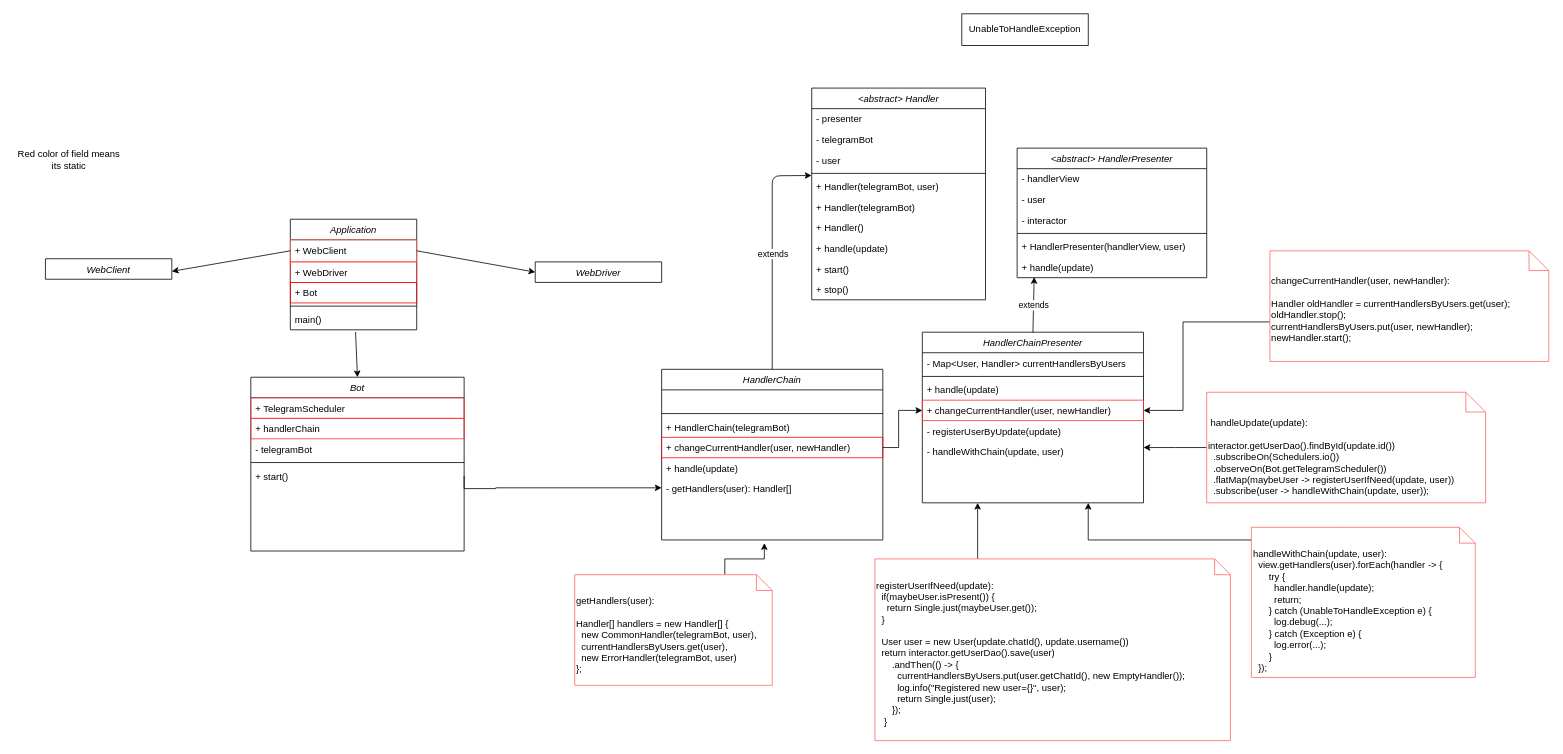
The draw.io diagram HWBot.drawio in granlovestea/HWBot, before the edit. Source tidied: cells renumbered, new cells numbered last; positions are measured from the earlier drawing's top-left corner, leaving out a move shared by most shapes. Both pictures are drawn from the tidied source at 79%, with x=0, y=0 at pixel (13, 13).
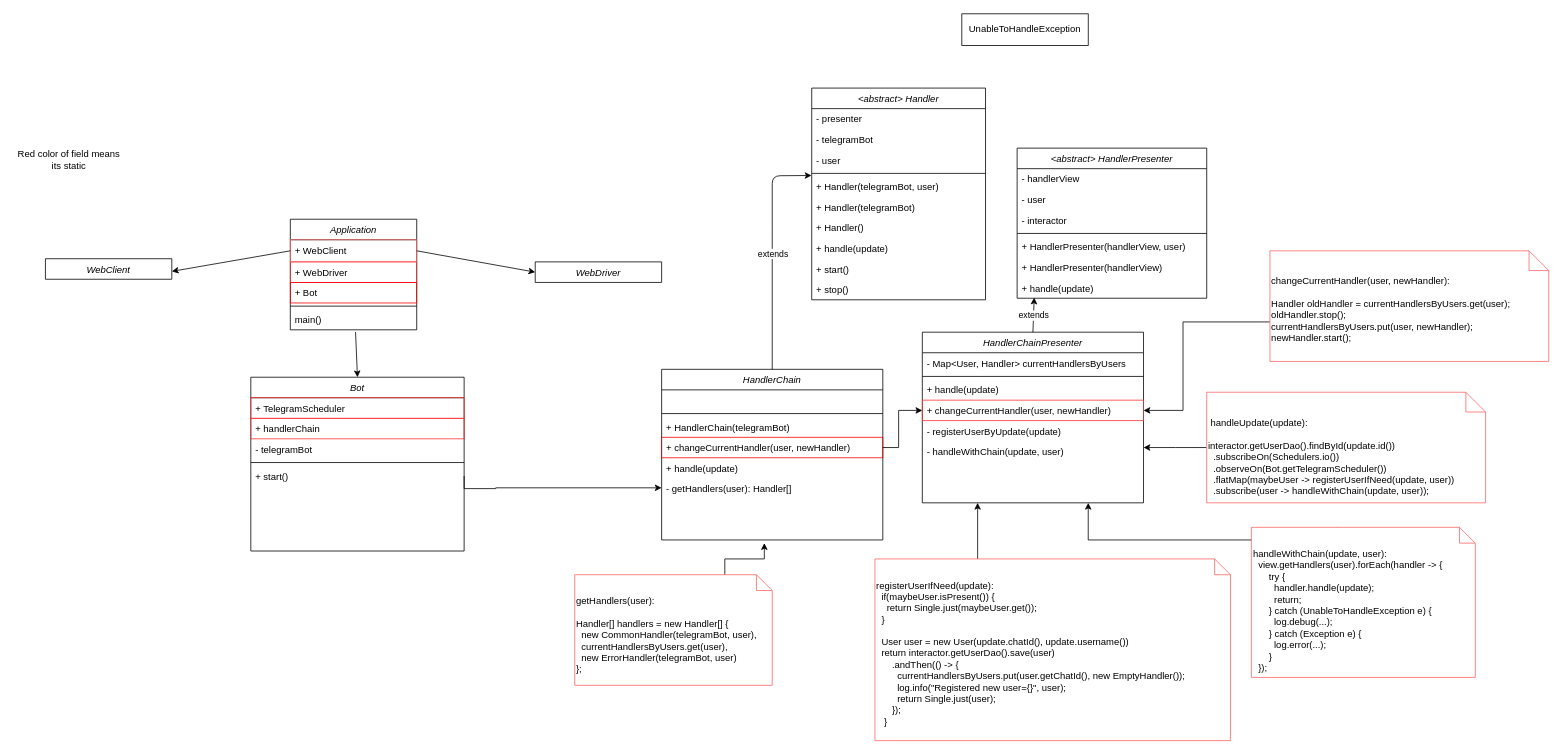
The same diagram, later.

Commit message:
Added HandlerPresenter(handlerView) constructor

Change to the diagram source:
```diff
@@
     <mxCell id="49" value="&lt;abstract&gt; HandlerPresenter" style="swimlane;fontStyle=2;align=center;verticalAlign=top;horizontal=1;startSize=26;rounded=0;shadow=0;strokeWidth=1;" parent="1" vertex="1">
-      <mxGeometry x="1270" y="170" width="240" height="164" as="geometry" />
+      <mxGeometry x="1270" y="170" width="240" height="190" as="geometry" />
     </mxCell>
@@
+    <mxCell id="70" value="+ HandlerPresenter(handlerView) " style="text;align=left;verticalAlign=top;spacingLeft=4;spacingRight=4;overflow=hidden;" parent="49" vertex="1">
+      <mxGeometry y="138" width="240" height="26" as="geometry" />
+    </mxCell>
     <mxCell id="55" value="+ handle(update)" style="text;align=left;verticalAlign=top;spacingLeft=4;spacingRight=4;overflow=hidden;points=[[0,0.5],[1,0.5]];portConstraint=eastwest;" parent="49" vertex="1">
-      <mxGeometry y="138" width="240" height="26" as="geometry" />
+      <mxGeometry y="164" width="240" height="26" as="geometry" />
     </mxCell>
```
